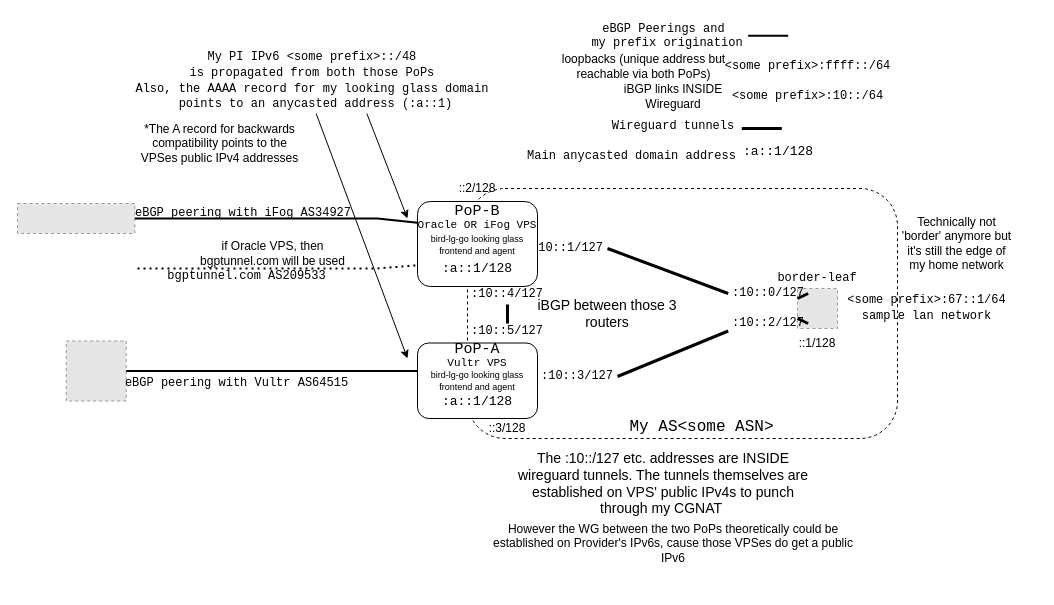
Above: media/ownassimplified.drawio in Andreansx/Networking-lab (draw.io), before the change. Source tidied: cells renumbered, new cells numbered last; positions are measured from the earlier drawing's top-left corner, leaving out a move shared by most shapes. Both pictures are drawn from the tidied source at 100%, with x=0, y=0 at pixel (17, 20). Pictures stored in the file or linked from it are replaced by grey dashed boxes.
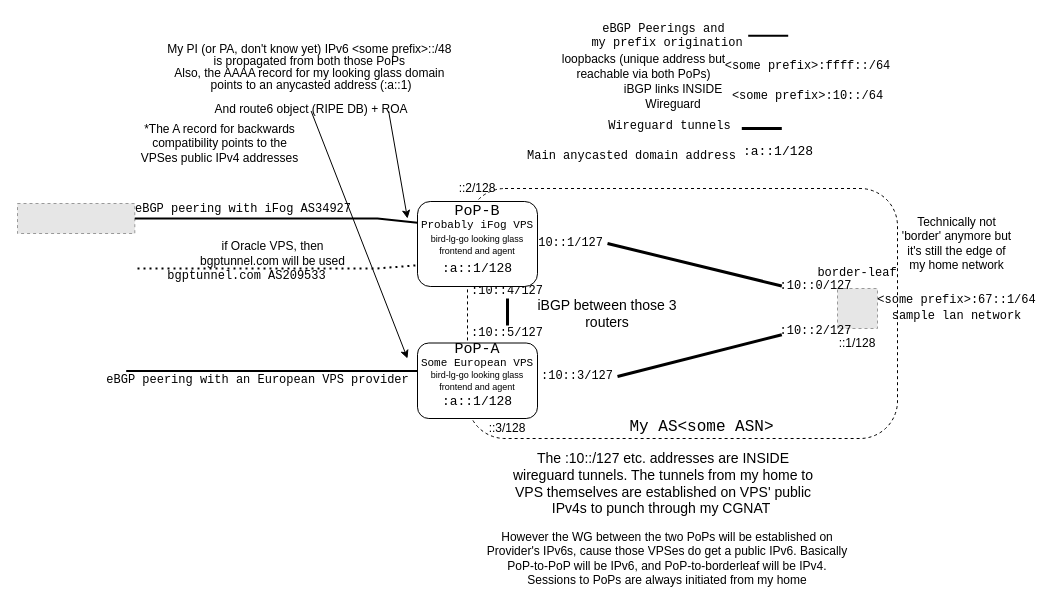
The same diagram, later.

Change to the diagram source:
```diff
@@
     <mxCell id="3" style="fillColor=#E6E6E6;strokeColor=#999999;dashed=1;verticalLabelPosition=bottom;verticalAlign=top;" parent="1" vertex="1">
-      <mxGeometry x="780" y="268" width="40" height="40" as="geometry" />
+      <mxGeometry x="820" y="268" width="40" height="40" as="geometry" />
     </mxCell>
     <mxCell id="4" value="&lt;div style=&quot;line-height: 10%;&quot;&gt;&lt;pre&gt;border-leaf&lt;/pre&gt;&lt;/div&gt;" style="text;html=1;whiteSpace=wrap;strokeColor=none;fillColor=none;align=center;verticalAlign=middle;rounded=0;" parent="1" vertex="1">
-      <mxGeometry x="740" y="248" width="120" height="20" as="geometry" />
+      <mxGeometry x="780" y="243" width="120" height="20" as="geometry" />
     </mxCell>
-    <mxCell id="5" style="fillColor=#E6E6E6;strokeColor=#999999;dashed=1;verticalLabelPosition=bottom;verticalAlign=top;" parent="1" vertex="1">
-      <mxGeometry x="48.7" y="320.5" width="60" height="60" as="geometry" />
-    </mxCell>
@@
     <mxCell id="7" value="&lt;div style=&quot;line-height: 10%;&quot;&gt;&lt;pre&gt;eBGP peering with iFog AS34927&lt;/pre&gt;&lt;/div&gt;" style="text;html=1;whiteSpace=wrap;strokeColor=none;fillColor=none;align=center;verticalAlign=middle;rounded=0;" parent="1" vertex="1">
-      <mxGeometry x="131.3" y="178" width="190" height="30" as="geometry" />
+      <mxGeometry x="131.3" y="181" width="190" height="15" as="geometry" />
     </mxCell>
-    <mxCell id="8" value="&lt;div style=&quot;line-height: 10%;&quot;&gt;&lt;pre&gt;eBGP peering with Vultr AS64515&lt;/pre&gt;&lt;/div&gt;" style="text;html=1;whiteSpace=wrap;strokeColor=none;fillColor=none;align=center;verticalAlign=middle;rounded=0;" parent="1" vertex="1">
-      <mxGeometry x="138.6" y="348" width="161.4" height="30" as="geometry" />
+    <mxCell id="8" value="&lt;div style=&quot;line-height: 10%;&quot;&gt;&lt;pre&gt;eBGP peering with an European VPS provider&lt;/pre&gt;&lt;/div&gt;" style="text;html=1;whiteSpace=wrap;strokeColor=none;fillColor=none;align=center;verticalAlign=middle;rounded=0;" parent="1" vertex="1">
+      <mxGeometry x="160" y="345.2" width="161.4" height="30" as="geometry" />
     </mxCell>
-    <mxCell id="9" style="endArrow=none;html=1;rounded=0;exitX=1;exitY=0.5;exitDx=0;exitDy=0;entryX=0;entryY=0.25;entryDx=0;entryDy=0;strokeColor=light-dark(#000000,#88171A);strokeWidth=3;" parent="1" edge="1" source="22" target="3">
-      <mxGeometry relative="1" as="geometry" />
-    </mxCell>
-    <mxCell id="10" style="endArrow=none;html=1;rounded=0;exitX=1;exitY=0.5;exitDx=0;exitDy=0;entryX=0;entryY=0.75;entryDx=0;entryDy=0;strokeColor=light-dark(#000000,#88171A);strokeWidth=3;" parent="1" edge="1" source="24" target="3">
-      <mxGeometry relative="1" as="geometry" />
-    </mxCell>
-    <mxCell id="11" value="&lt;pre&gt;Wireguard tunnels&lt;/pre&gt;" style="text;html=1;whiteSpace=wrap;strokeColor=none;fillColor=none;align=center;verticalAlign=middle;rounded=0;" parent="1" vertex="1">
+    <mxCell id="11" value="&lt;pre&gt;Wireguard tunnels &lt;/pre&gt;" style="text;html=1;whiteSpace=wrap;strokeColor=none;fillColor=none;align=center;verticalAlign=middle;rounded=0;" parent="1" vertex="1">
       <mxGeometry x="595.7" y="90.5" width="120" height="30" as="geometry" />
     </mxCell>
@@
     <mxCell id="16" value="::1/128" style="text;html=1;whiteSpace=wrap;strokeColor=none;fillColor=none;align=center;verticalAlign=middle;rounded=0;fontColor=light-dark(#000000,#3399FF);" parent="1" vertex="1">
-      <mxGeometry x="770" y="308" width="60" height="30" as="geometry" />
+      <mxGeometry x="810" y="308" width="60" height="30" as="geometry" />
     </mxCell>
@@
     <mxCell id="22" value="&lt;pre&gt;:10::0/127&lt;/pre&gt;" style="text;html=1;whiteSpace=wrap;strokeColor=none;fillColor=none;align=center;verticalAlign=middle;rounded=0;fontColor=light-dark(#000000,#FF3399);" parent="1" vertex="1">
-      <mxGeometry x="710.7" y="258" width="80" height="30" as="geometry" />
+      <mxGeometry x="764.3" y="258" width="69.3" height="15" as="geometry" />
     </mxCell>
@@
     <mxCell id="24" value="&lt;pre&gt;:10::2/127&lt;/pre&gt;" style="text;html=1;whiteSpace=wrap;strokeColor=none;fillColor=none;align=center;verticalAlign=middle;rounded=0;fontColor=light-dark(#000000,#FF3399);" parent="1" vertex="1">
-      <mxGeometry x="710.7" y="288" width="80" height="30" as="geometry" />
+      <mxGeometry x="764.3" y="303" width="69.3" height="15" as="geometry" />
     </mxCell>
     <mxCell id="25" value="&lt;pre&gt;:10::1/127&lt;/pre&gt;" style="text;html=1;whiteSpace=wrap;strokeColor=none;fillColor=none;align=center;verticalAlign=middle;rounded=0;fontColor=light-dark(#000000,#FF3399);" parent="1" vertex="1">
-      <mxGeometry x="510" y="213" width="80" height="30" as="geometry" />
+      <mxGeometry x="510" y="208" width="80" height="30" as="geometry" />
     </mxCell>
@@
     <mxCell id="27" value="&lt;pre&gt;:10::4/127&lt;/pre&gt;" style="text;html=1;whiteSpace=wrap;strokeColor=none;fillColor=none;align=center;verticalAlign=middle;rounded=0;fontColor=light-dark(#000000,#FF3399);" parent="1" vertex="1">
-      <mxGeometry x="450" y="264" width="80" height="20" as="geometry" />
+      <mxGeometry x="450" y="263" width="80" height="15" as="geometry" />
     </mxCell>
     <mxCell id="28" value="&lt;pre&gt;:10::5/127&lt;/pre&gt;" style="text;html=1;whiteSpace=wrap;strokeColor=none;fillColor=none;align=center;verticalAlign=middle;rounded=0;fontColor=light-dark(#000000,#FF3399);" parent="1" vertex="1">
-      <mxGeometry x="450" y="303" width="80" height="15" as="geometry" />
+      <mxGeometry x="450" y="305" width="80" height="15" as="geometry" />
     </mxCell>
@@
-    <mxCell id="30" value="&lt;div style=&quot;line-height: 30%;&quot;&gt;&lt;pre&gt;My PI IPv6 &amp;lt;some prefix&amp;gt;::/48&amp;nbsp;&lt;/pre&gt;&lt;pre&gt;is propagated from both those PoPs&amp;nbsp;&lt;/pre&gt;&lt;pre&gt;Also, the AAAA record for my looking glass domain&amp;nbsp;&lt;/pre&gt;&lt;pre&gt;points to an anycasted address (:a::1)&lt;/pre&gt;&lt;/div&gt;" style="text;html=1;whiteSpace=wrap;strokeColor=none;fillColor=none;align=center;verticalAlign=middle;rounded=0;" parent="1" vertex="1">
-      <mxGeometry x="197.3" y="28" width="202.7" height="65" as="geometry" />
+    <mxCell id="30" value="&lt;div style=&quot;line-height: 30%;&quot;&gt;&lt;p style=&quot;line-height: 100%;&quot;&gt;My PI (or PA, don't know yet) IPv6 &amp;lt;some prefix&amp;gt;::/48&amp;nbsp;&lt;br&gt;is propagated from both those PoPs&amp;nbsp;&lt;br&gt;Also, the AAAA record for my looking glass domain&amp;nbsp;&lt;br&gt;points to an anycasted address (:a::1)&lt;/p&gt;&lt;p style=&quot;line-height: 100%;&quot;&gt;And route6 object (RIPE DB) + ROA&lt;/p&gt;&lt;/div&gt;" style="text;html=1;whiteSpace=wrap;strokeColor=none;fillColor=none;align=center;verticalAlign=middle;rounded=0;" parent="1" vertex="1">
+      <mxGeometry x="138.6" y="25.5" width="310" height="65" as="geometry" />
     </mxCell>
@@
-    <mxCell id="33" value="&lt;font style=&quot;font-size: 14px;&quot;&gt;The :10::/127 etc. addresses are INSIDE wireguard tunnels. The tunnels themselves are established on VPS' public IPv4s to punch through my CGNAT&amp;nbsp;&lt;/font&gt;" style="text;html=1;whiteSpace=wrap;strokeColor=none;fillColor=none;align=center;verticalAlign=middle;rounded=0;" parent="1" vertex="1">
+    <mxCell id="33" value="&lt;font style=&quot;font-size: 14px;&quot;&gt;The :10::/127 etc. addresses are INSIDE wireguard tunnels. The tunnels from my home to VPS themselves are established on VPS' public IPv4s to punch through my CGNAT&amp;nbsp;&lt;/font&gt;" style="text;html=1;whiteSpace=wrap;strokeColor=none;fillColor=none;align=center;verticalAlign=middle;rounded=0;" parent="1" vertex="1">
       <mxGeometry x="490.7" y="438" width="310" height="50" as="geometry" />
     </mxCell>
@@
-    <mxCell id="37" style="endArrow=none;html=1;rounded=0;exitX=1;exitY=0.5;exitDx=0;exitDy=0;strokeWidth=2;strokeColor=light-dark(#000000,#99FF33);" parent="1" edge="1" source="5">
+    <mxCell id="37" style="endArrow=none;html=1;rounded=0;exitX=1;exitY=0.5;exitDx=0;exitDy=0;strokeWidth=2;strokeColor=light-dark(#000000,#99FF33);" parent="1" edge="1">
       <mxGeometry relative="1" as="geometry">
+        <mxPoint x="108.7" y="350.5" as="sourcePoint" />
         <mxPoint x="400" y="350.5" as="targetPoint" />
       </mxGeometry>
     </mxCell>
@@
-    <mxCell id="40" value="However the WG between the two PoPs theoretically could be established on Provider's IPv6s, cause those VPSes do get a public IPv6" style="text;html=1;whiteSpace=wrap;strokeColor=none;fillColor=none;align=center;verticalAlign=middle;rounded=0;" parent="1" vertex="1">
-      <mxGeometry x="470.7" y="508" width="370" height="30" as="geometry" />
+    <mxCell id="40" value="However the WG between the two PoPs will be established on Provider's IPv6s, cause those VPSes do get a public IPv6. Basically PoP-to-PoP will be IPv6, and PoP-to-borderleaf will be IPv4.&lt;div&gt;Sessions to PoPs are always initiated from my home&lt;/div&gt;" style="text;html=1;whiteSpace=wrap;strokeColor=none;fillColor=none;align=center;verticalAlign=middle;rounded=0;" parent="1" vertex="1">
+      <mxGeometry x="465" y="523" width="370" height="30" as="geometry" />
     </mxCell>
@@
     <mxCell id="44" value="&lt;div style=&quot;line-height: 30%;&quot;&gt;&lt;pre&gt;&lt;span style=&quot;color: light-dark(rgb(0, 0, 0), rgb(153, 255, 255));&quot;&gt;&amp;lt;some prefix&amp;gt;:67::1/64&lt;/span&gt;&lt;/pre&gt;&lt;pre&gt;&lt;span style=&quot;color: light-dark(rgb(0, 0, 0), rgb(153, 255, 255));&quot;&gt;sample lan network&lt;/span&gt;&lt;/pre&gt;&lt;/div&gt;" style="text;html=1;whiteSpace=wrap;strokeColor=none;fillColor=none;align=center;verticalAlign=middle;rounded=0;fontColor=light-dark(#000000,#3399FF);" parent="1" vertex="1">
-      <mxGeometry x="830" y="273" width="159.3" height="30" as="geometry" />
+      <mxGeometry x="860" y="273" width="159.3" height="30" as="geometry" />
     </mxCell>
@@
-    <mxCell id="46" value="&lt;div style=&quot;line-height: 10%;&quot;&gt;&lt;pre&gt;&lt;font style=&quot;font-size: 15px;&quot;&gt;PoP-B&lt;/font&gt;&lt;/pre&gt;&lt;pre&gt;&lt;font style=&quot;font-size: 11px;&quot;&gt;Oracle OR iFog VPS&lt;/font&gt;&lt;/pre&gt;&lt;/div&gt;" style="text;html=1;whiteSpace=wrap;strokeColor=none;fillColor=none;align=center;verticalAlign=middle;rounded=0;fontColor=light-dark(#000000,#FF3333);" parent="1" vertex="1">
+    <mxCell id="46" value="&lt;div style=&quot;line-height: 10%;&quot;&gt;&lt;pre&gt;&lt;font style=&quot;font-size: 15px;&quot;&gt;PoP-B&lt;/font&gt;&lt;/pre&gt;&lt;pre&gt;&lt;font style=&quot;font-size: 11px;&quot;&gt;Probably iFog VPS&lt;/font&gt;&lt;/pre&gt;&lt;/div&gt;" style="text;html=1;whiteSpace=wrap;strokeColor=none;fillColor=none;align=center;verticalAlign=middle;rounded=0;fontColor=light-dark(#000000,#FF3333);" parent="1" vertex="1">
       <mxGeometry x="400" y="183" width="120" height="30" as="geometry" />
     </mxCell>
@@
-    <mxCell id="49" value="&lt;div style=&quot;line-height: 10%;&quot;&gt;&lt;pre&gt;&lt;font style=&quot;font-size: 15px;&quot;&gt;PoP-A&lt;/font&gt;&lt;/pre&gt;&lt;pre&gt;&lt;span style=&quot;font-size: 11px;&quot;&gt;Vultr VPS&lt;/span&gt;&lt;/pre&gt;&lt;/div&gt;" style="text;html=1;whiteSpace=wrap;strokeColor=none;fillColor=none;align=center;verticalAlign=middle;rounded=0;fontColor=light-dark(#000000,#3333FF);" parent="1" vertex="1">
+    <mxCell id="49" value="&lt;div style=&quot;line-height: 10%;&quot;&gt;&lt;pre&gt;&lt;font style=&quot;font-size: 15px;&quot;&gt;PoP-A&lt;/font&gt;&lt;/pre&gt;&lt;pre&gt;&lt;span style=&quot;font-size: 11px;&quot;&gt;Some European VPS&lt;/span&gt;&lt;/pre&gt;&lt;/div&gt;" style="text;html=1;whiteSpace=wrap;strokeColor=none;fillColor=none;align=center;verticalAlign=middle;rounded=0;fontColor=light-dark(#000000,#96ABFF);" parent="1" vertex="1">
       <mxGeometry x="400" y="320.5" width="120" height="30" as="geometry" />
     </mxCell>
-    <mxCell id="50" value="&lt;div style=&quot;line-height: 90%;&quot;&gt;&lt;font style=&quot;font-size: 9px; line-height: 90%;&quot;&gt;bird-lg-go&amp;nbsp;&lt;/font&gt;&lt;span style=&quot;font-size: 9px;&quot;&gt;looking glass frontend and agent&lt;/span&gt;&lt;/div&gt;" style="text;html=1;whiteSpace=wrap;strokeColor=none;fillColor=none;align=center;verticalAlign=middle;rounded=0;fontColor=light-dark(#000000,#3333FF);" parent="1" vertex="1">
+    <mxCell id="50" value="&lt;div style=&quot;line-height: 90%;&quot;&gt;&lt;font style=&quot;font-size: 9px; line-height: 90%;&quot;&gt;bird-lg-go&amp;nbsp;&lt;/font&gt;&lt;span style=&quot;font-size: 9px;&quot;&gt;looking glass frontend and agent&lt;/span&gt;&lt;/div&gt;" style="text;html=1;whiteSpace=wrap;strokeColor=none;fillColor=none;align=center;verticalAlign=middle;rounded=0;fontColor=light-dark(#000000,#96ABFF);" parent="1" vertex="1">
       <mxGeometry x="400" y="345.2" width="120" height="30" as="geometry" />
     </mxCell>
```
